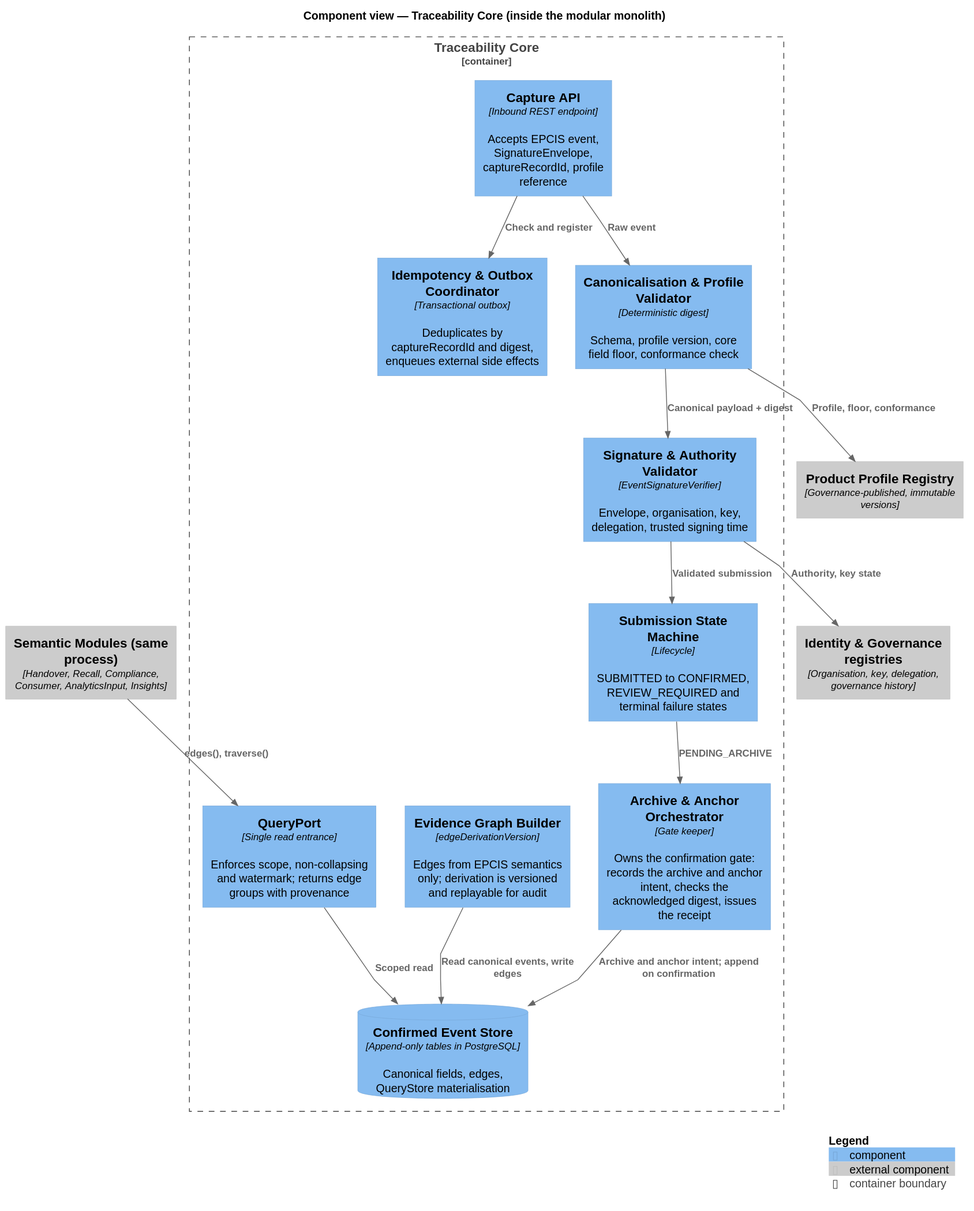
Before: docs/public/diagrams/core-component.svg, a diagram exported from PlantUML (kuangshen04/48433assignment).
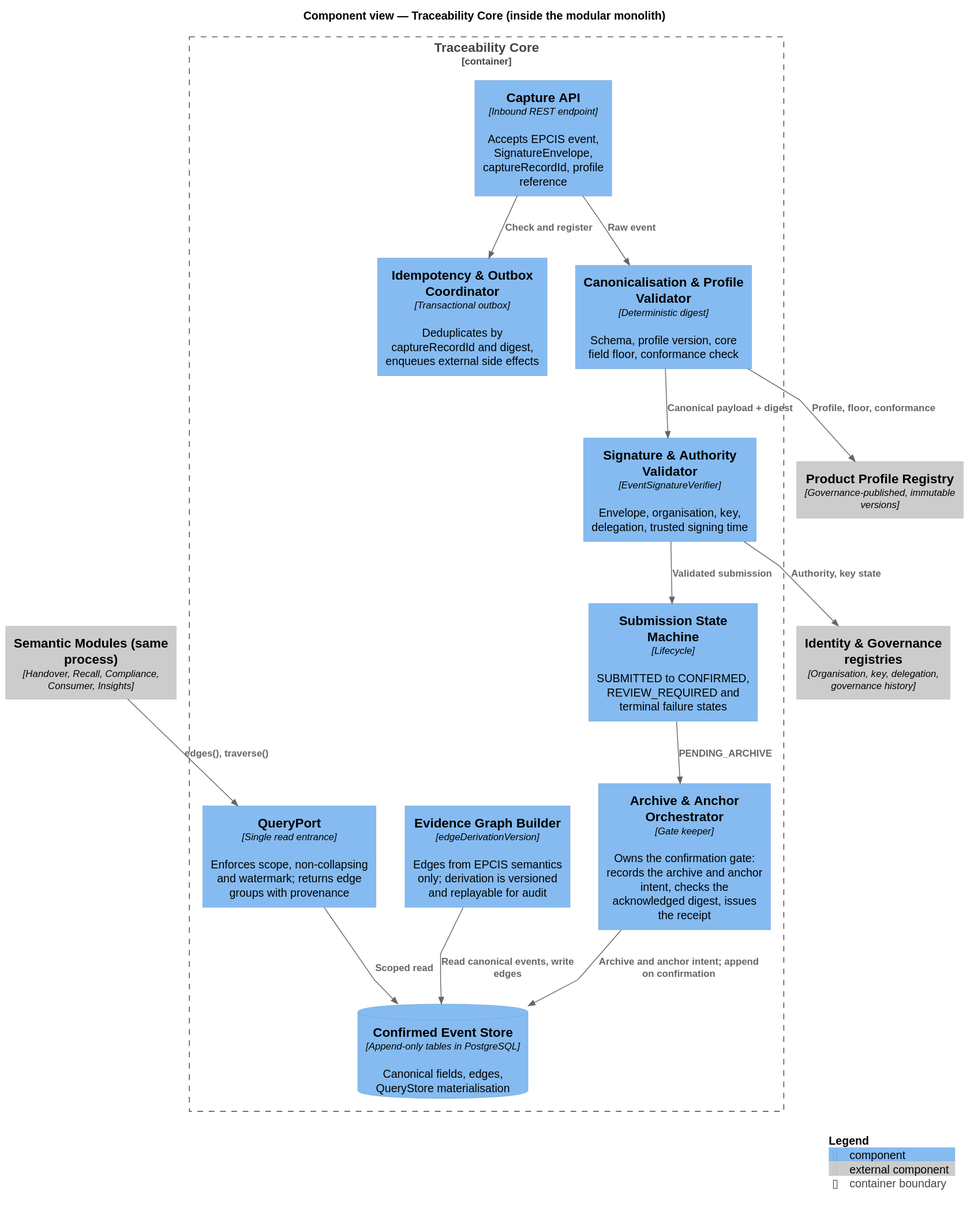
After the commit.

Change to the diagram source:
```diff
@@ -17,7 +17,7 @@
   Component(query, "QueryPort", "Single read entrance", "Enforces scope, non-collapsing and watermark; returns edge groups with provenance")
 }
 
-Component_Ext(modules, "Semantic Modules (same process)", "Handover, Recall, Compliance, Consumer, AnalyticsInput, Insights")
+Component_Ext(modules, "Semantic Modules (same process)", "Handover, Recall, Compliance, Consumer, Insights")
 Component_Ext(idgov, "Identity & Governance registries", "Organisation, key, delegation, governance history")
 Component_Ext(profiles, "Product Profile Registry", "Governance-published, immutable versions")
 
@@ -33,7 +33,5 @@
 Rel(sig, idgov, "Authority, key state")
 Rel(canon, profiles, "Profile, floor, conformance")
 
-
-
 SHOW_LEGEND()
 @enduml
```
